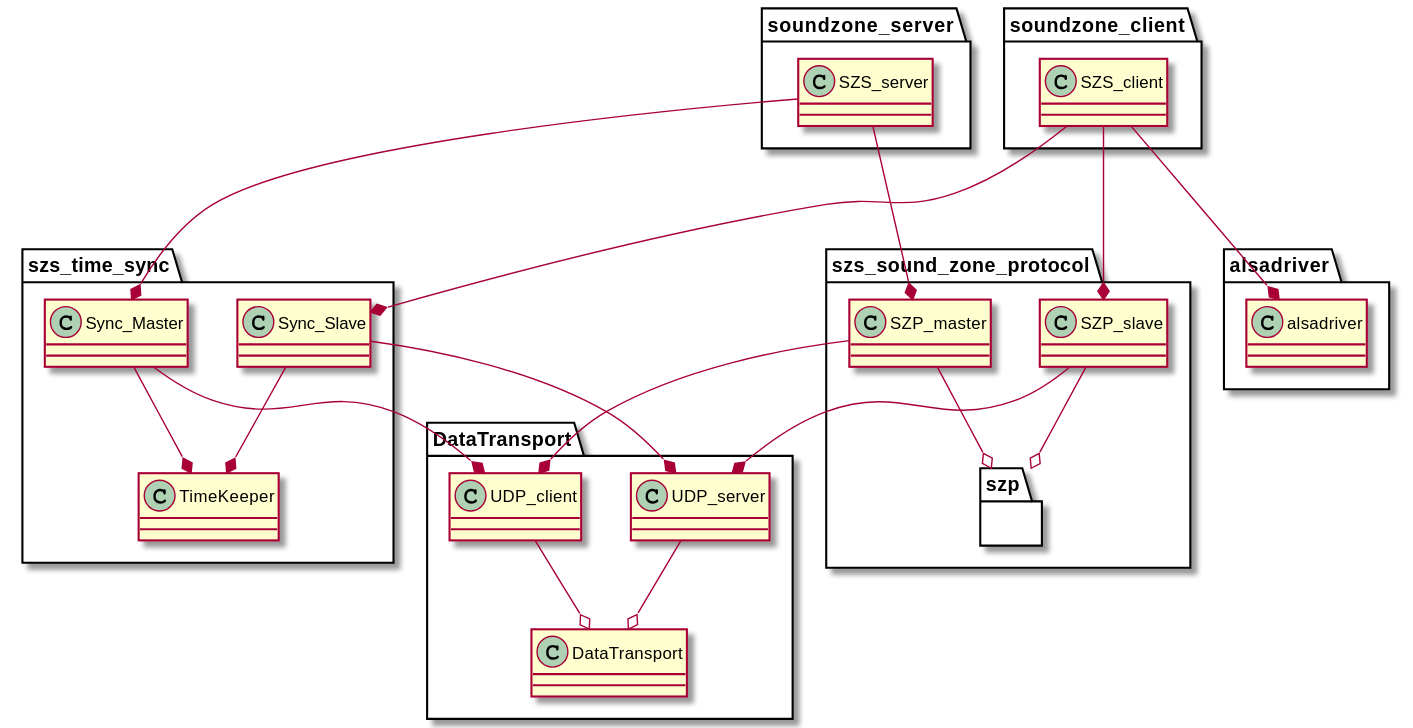
The PlantUML diagram diagrams/class_diagram.svg in NielsDyrberg/Wireless_sound_zones, before a commit. Source of this version:
```plantuml
@startuml class_diagram

together {
    package soundzone_client{
        class SZS_client{}
    }

    package soundzone_server {
        class SZS_server{}
    }
}

together {
    package alsadriver {
        class alsadriver{}
    }

    package szs_sound_zone_protocol {
        class SZP_master{}
        class SZP_slave{}

        package szp {}
    }

    package szs_time_sync {
        class Sync_Slave {}
        class Sync_Master {}
        class TimeKeeper {}
    }

    package DataTransport{
        UDP_server --o DataTransport
        UDP_client --o DataTransport
    }
}

SZP_master --o szp
SZP_slave --o szp

SZS_client --* SZP_slave
SZS_server --* SZP_master
SZS_client --* Sync_Slave
SZS_server --* Sync_Master
SZS_client --* alsadriver
SZP_master --* UDP_client
SZP_slave --* UDP_server
Sync_Slave --* TimeKeeper
Sync_Master --* TimeKeeper
Sync_Slave --* UDP_server
Sync_Master --* UDP_client


class UDP_server {}

class UDP_client {}

class DataTransport {}

@enduml
```
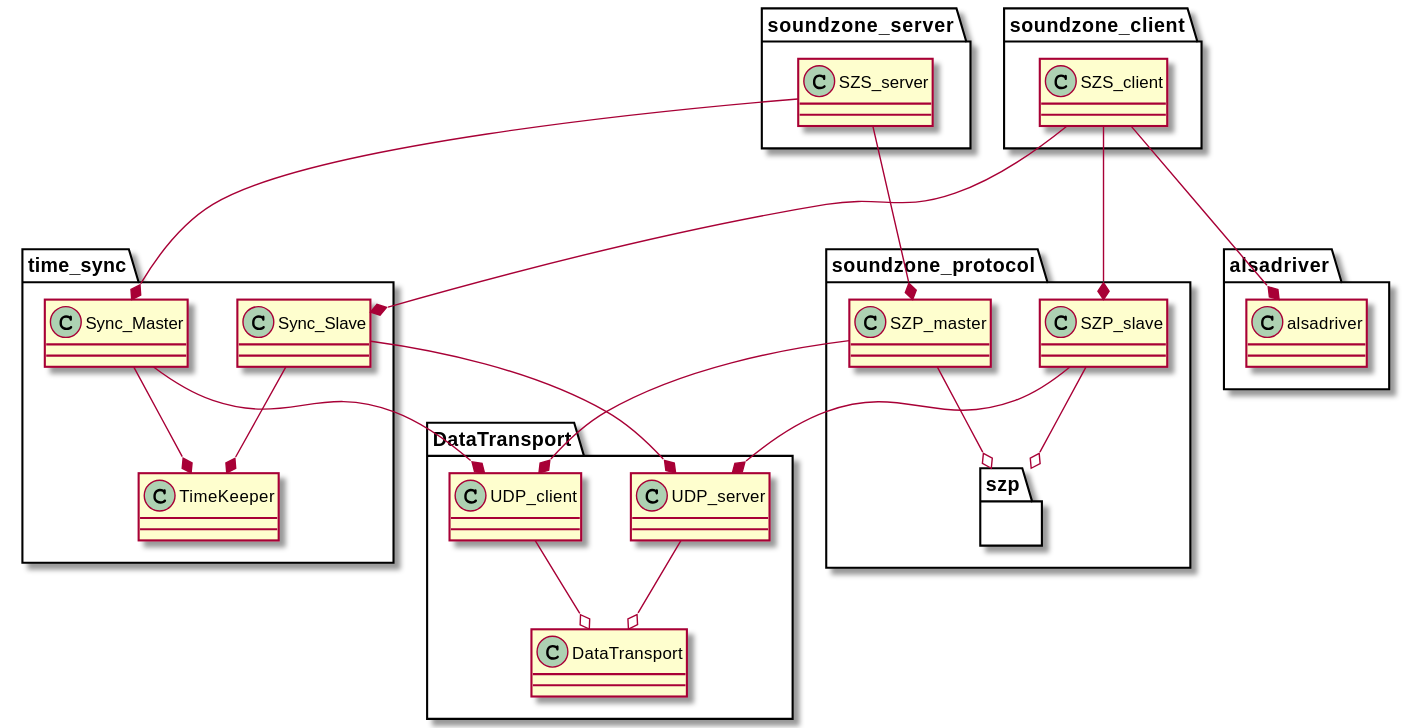
After the change.

Change to the diagram source:
```diff
@@ -15,14 +15,14 @@
         class alsadriver{}
     }
 
-    package szs_sound_zone_protocol {
+    package soundzone_protocol {
         class SZP_master{}
         class SZP_slave{}
 
         package szp {}
     }
 
-    package szs_time_sync {
+    package time_sync {
         class Sync_Slave {}
         class Sync_Master {}
         class TimeKeeper {}
```
